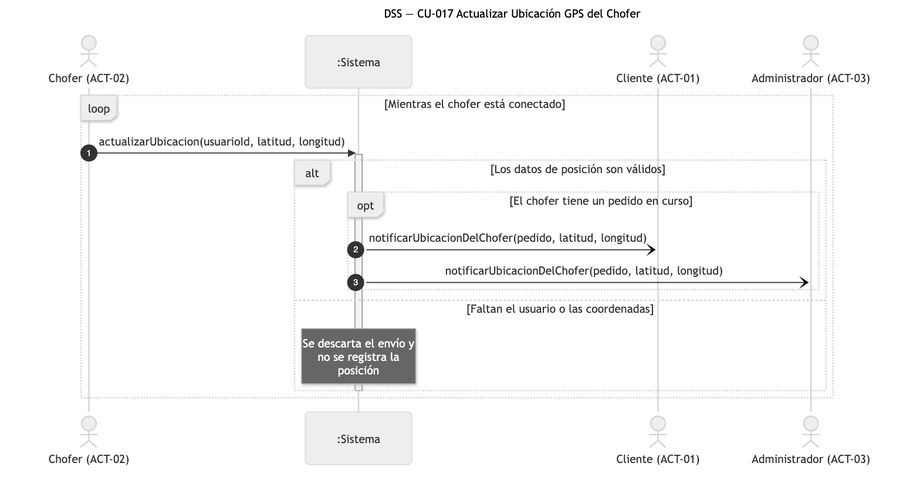
This is diagramas/png/DSS_CU-017_Actualizar-Ubicacion-Gps-Del-Chofer.png from Nahuelito-Dev/splg-docs, a Mermaid export, as it was before one commit. Its source is kept beside it as diagramas/DSS_CU-017_Actualizar-Ubicacion-Gps-Del-Chofer.mmd.
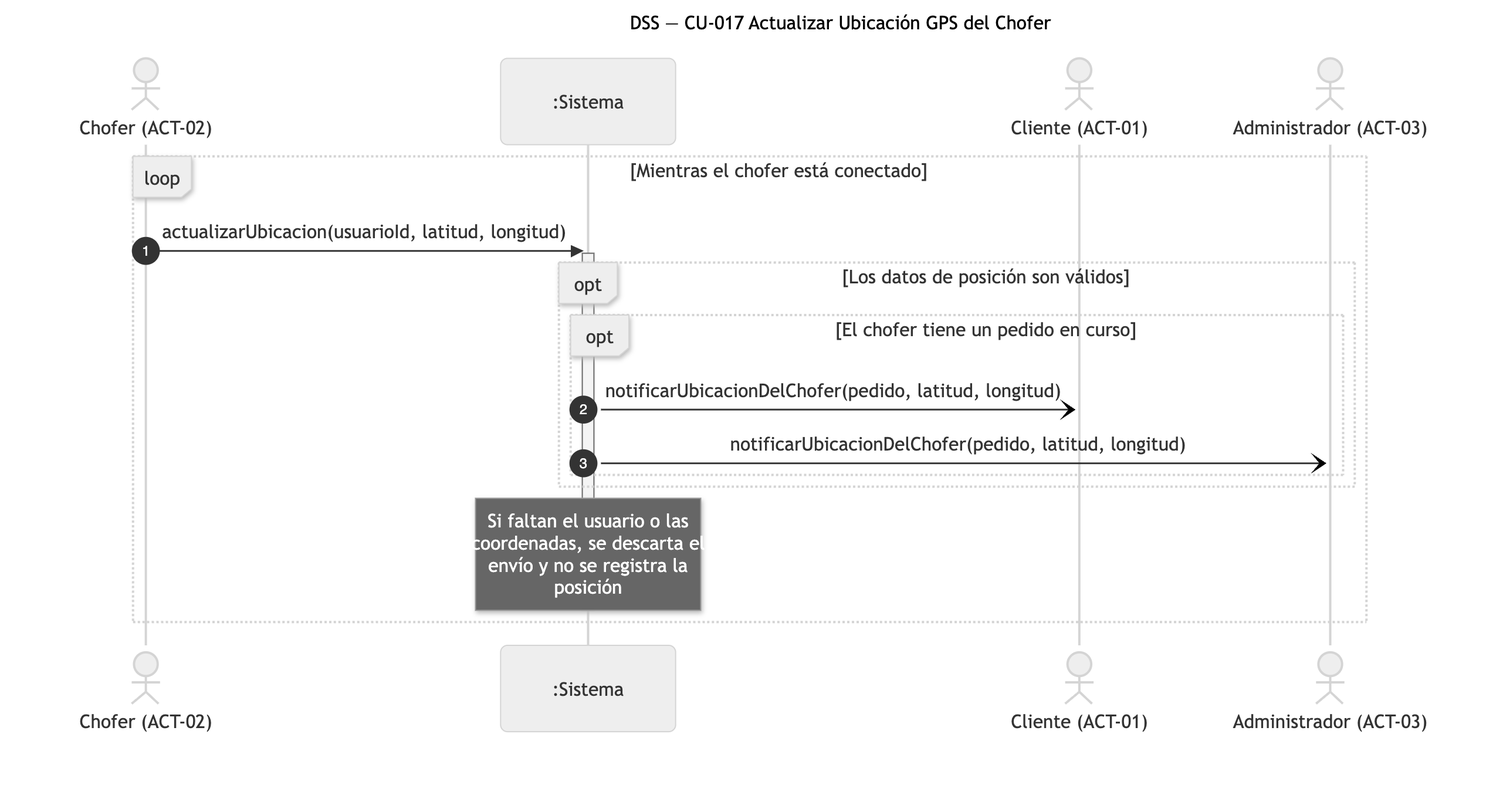
After the commit.

The edit, as a diff of the source:
```diff
@@ -9,13 +9,12 @@
     loop Mientras el chofer está conectado
         CHO->>SIS: actualizarUbicacion(usuarioId, latitud, longitud)
         activate SIS
-        alt Los datos de posición son válidos
+        opt Los datos de posición son válidos
             opt El chofer tiene un pedido en curso
                 SIS-)CLI: notificarUbicacionDelChofer(pedido, latitud, longitud)
                 SIS-)ADM: notificarUbicacionDelChofer(pedido, latitud, longitud)
             end
-        else Faltan el usuario o las coordenadas
-            Note over SIS: Se descarta el envío y<br/>no se registra la<br/>posición
         end
+        Note over SIS: Si faltan el usuario o las<br/>coordenadas, se descarta el<br/>envío y no se registra la<br/>posición
         deactivate SIS
     end
```
